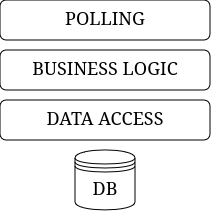
Earlier version of the draw.io export img/logging_arch.png (kaiosatiro/iot_server). Source tidied: cells renumbered, new cells last; positions are measured from the earlier drawing's top-left corner, leaving out a move shared by most shapes.
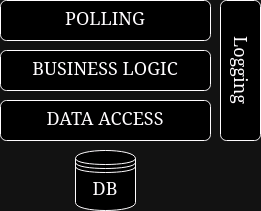
Above is the later version.

Diff of the diagram source:
```diff
@@ -14,5 +14,8 @@
     <mxCell id="5" value="&lt;font style=&quot;font-size: 18px;&quot;&gt;DB&lt;/font&gt;" style="shape=datastore;whiteSpace=wrap;html=1;" parent="1" vertex="1">
       <mxGeometry x="75" y="150" width="60" height="60" as="geometry" />
     </mxCell>
+    <mxCell id="6" value="&lt;font style=&quot;font-size: 18px;&quot;&gt;Logging&lt;/font&gt;" style="rounded=1;whiteSpace=wrap;html=1;rotation=90;" parent="1" vertex="1">
+      <mxGeometry x="170" y="50" width="140" height="40" as="geometry" />
+    </mxCell>
   </root>
 </mxGraphModel>
```
